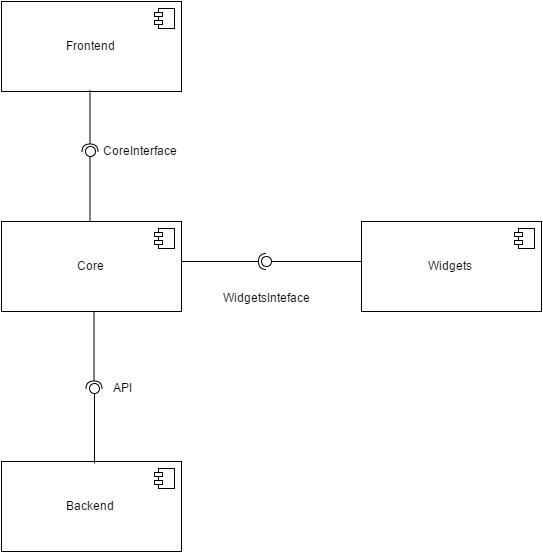
dashbuilder/dashbuilder keeps this draw.io diagram as ESOF-docs/images/views/implementation.png. Above is the earlier version. Source tidied: cells renumbered, new cells last; positions are measured from the earlier drawing's top-left corner, leaving out a move shared by most shapes. Its diagram source:
```xml
<mxGraphModel background="#ffffff">
  <root>
    <mxCell id="0" style="html=1;" />
    <mxCell id="1" style="html=1;" parent="0" />
    <mxCell id="2" value="Frontend" style="html=1;" parent="1" vertex="1">
      <mxGeometry width="180" height="90" as="geometry" />
    </mxCell>
    <mxCell id="3" style="shape=component;jettyWidth=8;jettyHeight=4;" parent="2" vertex="1">
      <mxGeometry x="1" width="20" height="20" relative="1" as="geometry">
        <mxPoint x="-27" y="7" as="offset" />
      </mxGeometry>
    </mxCell>
    <mxCell id="4" value="Core" style="html=1;" parent="1" vertex="1">
      <mxGeometry y="220" width="180" height="90" as="geometry" />
    </mxCell>
    <mxCell id="5" style="shape=component;jettyWidth=8;jettyHeight=4;" parent="4" vertex="1">
      <mxGeometry x="1" width="20" height="20" relative="1" as="geometry">
        <mxPoint x="-27" y="7" as="offset" />
      </mxGeometry>
    </mxCell>
    <mxCell id="6" value="Backend" style="html=1;" parent="1" vertex="1">
      <mxGeometry y="460" width="180" height="90" as="geometry" />
    </mxCell>
    <mxCell id="7" style="shape=component;jettyWidth=8;jettyHeight=4;" parent="6" vertex="1">
      <mxGeometry x="1" width="20" height="20" relative="1" as="geometry">
        <mxPoint x="-27" y="7" as="offset" />
      </mxGeometry>
    </mxCell>
    <mxCell id="8" style="shape=lollipop;direction=south;html=1;rotation=-90;" parent="1" vertex="1">
      <mxGeometry x="51" y="178" width="75" height="10" as="geometry" />
    </mxCell>
    <mxCell id="9" style="shape=requires;direction=north;html=1;rotation=-90;" parent="1" vertex="1">
      <mxGeometry x="55" y="112" width="67" height="20" as="geometry" />
    </mxCell>
    <mxCell id="10" style="shape=lollipop;direction=south;html=1;rotation=-90;" parent="1" vertex="1">
      <mxGeometry x="53" y="417" width="80" height="10" as="geometry" />
    </mxCell>
    <mxCell id="11" style="shape=requires;direction=north;html=1;rotation=-90;" parent="1" vertex="1">
      <mxGeometry x="51" y="341" width="83" height="20" as="geometry" />
    </mxCell>
    <mxCell id="12" value="API" style="text;html=1;align=left;verticalAlign=top;spacingTop=-4;" parent="1" vertex="1">
      <mxGeometry x="110" y="377" width="30" height="20" as="geometry" />
    </mxCell>
    <mxCell id="13" value="CoreInterface" style="text;html=1;align=left;verticalAlign=top;spacingTop=-4;" parent="1" vertex="1">
      <mxGeometry x="100" y="140" width="90" height="20" as="geometry" />
    </mxCell>
    <mxCell id="14" value="Widgets" style="html=1;" parent="1" vertex="1">
      <mxGeometry x="360" y="220" width="180" height="90" as="geometry" />
    </mxCell>
    <mxCell id="15" style="shape=component;jettyWidth=8;jettyHeight=4;" parent="14" vertex="1">
      <mxGeometry x="1" width="20" height="20" relative="1" as="geometry">
        <mxPoint x="-27" y="7" as="offset" />
      </mxGeometry>
    </mxCell>
    <mxCell id="16" style="shape=lollipop;direction=south;html=1;rotation=180;" parent="1" vertex="1">
      <mxGeometry x="260" y="255" width="100" height="10" as="geometry" />
    </mxCell>
    <mxCell id="17" style="shape=requires;direction=north;html=1;rotation=-180;" parent="1" vertex="1">
      <mxGeometry x="180" y="250" width="90" height="20" as="geometry" />
    </mxCell>
    <mxCell id="18" value="WidgetsInteface" style="text;html=1;align=left;verticalAlign=top;spacingTop=-4;" parent="1" vertex="1">
      <mxGeometry x="220" y="287" width="100" height="20" as="geometry" />
    </mxCell>
  </root>
</mxGraphModel>
```
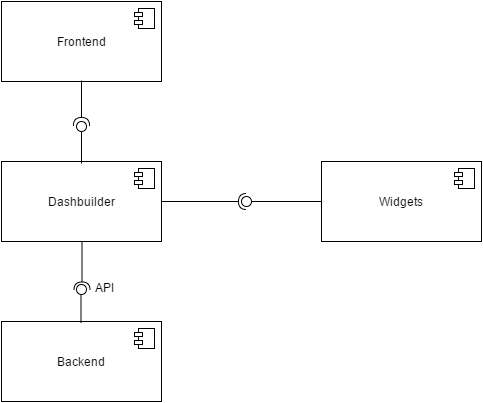
Later version of the same file.

Commit message:
edited implementation view

Diff of the diagram source:
```diff
@@ -3,63 +3,57 @@
     <mxCell id="0" style="html=1;" />
     <mxCell id="1" style="html=1;" parent="0" />
     <mxCell id="2" value="Frontend" style="html=1;" parent="1" vertex="1">
-      <mxGeometry width="180" height="90" as="geometry" />
+      <mxGeometry x="-120" y="420" width="160" height="80" as="geometry" />
     </mxCell>
-    <mxCell id="3" style="shape=component;jettyWidth=8;jettyHeight=4;" parent="2" vertex="1">
-      <mxGeometry x="1" width="20" height="20" relative="1" as="geometry">
-        <mxPoint x="-27" y="7" as="offset" />
-      </mxGeometry>
-    </mxCell>
-    <mxCell id="4" value="Core" style="html=1;" parent="1" vertex="1">
-      <mxGeometry y="220" width="180" height="90" as="geometry" />
-    </mxCell>
-    <mxCell id="5" style="shape=component;jettyWidth=8;jettyHeight=4;" parent="4" vertex="1">
-      <mxGeometry x="1" width="20" height="20" relative="1" as="geometry">
-        <mxPoint x="-27" y="7" as="offset" />
-      </mxGeometry>
-    </mxCell>
+    <mxCell id="19" style="shape=component;jettyWidth=8;jettyHeight=4;" parent="2" vertex="1">
+      <mxGeometry x="1" width="20" height="20" relative="1" as="geometry">
+        <mxPoint x="-27" y="7" as="offset" />
+      </mxGeometry>
+    </mxCell>
+    <mxCell id="20" value="Dashbuilder" style="html=1;direction=west;" parent="1" vertex="1">
+      <mxGeometry x="-120" y="580" width="160" height="80" as="geometry" />
+    </mxCell>
+    <mxCell id="21" style="shape=component;jettyWidth=8;jettyHeight=4;" parent="20" vertex="1">
+      <mxGeometry x="1" width="20" height="20" relative="1" as="geometry">
+        <mxPoint x="-27" y="7" as="offset" />
+      </mxGeometry>
+    </mxCell>
     <mxCell id="6" value="Backend" style="html=1;" parent="1" vertex="1">
-      <mxGeometry y="460" width="180" height="90" as="geometry" />
+      <mxGeometry x="-120" y="740" width="160" height="80" as="geometry" />
     </mxCell>
-    <mxCell id="7" style="shape=component;jettyWidth=8;jettyHeight=4;" parent="6" vertex="1">
-      <mxGeometry x="1" width="20" height="20" relative="1" as="geometry">
-        <mxPoint x="-27" y="7" as="offset" />
-      </mxGeometry>
-    </mxCell>
-    <mxCell id="8" style="shape=lollipop;direction=south;html=1;rotation=-90;" parent="1" vertex="1">
-      <mxGeometry x="51" y="178" width="75" height="10" as="geometry" />
-    </mxCell>
-    <mxCell id="9" style="shape=requires;direction=north;html=1;rotation=-90;" parent="1" vertex="1">
-      <mxGeometry x="55" y="112" width="67" height="20" as="geometry" />
-    </mxCell>
-    <mxCell id="10" style="shape=lollipop;direction=south;html=1;rotation=-90;" parent="1" vertex="1">
-      <mxGeometry x="53" y="417" width="80" height="10" as="geometry" />
-    </mxCell>
-    <mxCell id="11" style="shape=requires;direction=north;html=1;rotation=-90;" parent="1" vertex="1">
-      <mxGeometry x="51" y="341" width="83" height="20" as="geometry" />
-    </mxCell>
+    <mxCell id="22" style="shape=component;jettyWidth=8;jettyHeight=4;" parent="6" vertex="1">
+      <mxGeometry x="1" width="20" height="20" relative="1" as="geometry">
+        <mxPoint x="-27" y="7" as="offset" />
+      </mxGeometry>
+    </mxCell>
+    <mxCell id="23" style="shape=lollipop;direction=south;html=1;rotation=-90;" parent="1" vertex="1">
+      <mxGeometry x="-60" y="717" width="39" height="10" as="geometry" />
+    </mxCell>
+    <mxCell id="24" style="shape=requires;direction=north;html=1;rotation=-90;" parent="1" vertex="1">
+      <mxGeometry x="-65" y="514" width="50" height="20" as="geometry" />
+    </mxCell>
+    <mxCell id="25" style="shape=lollipop;direction=south;html=1;rotation=-90;" parent="1" vertex="1">
+      <mxGeometry x="-61" y="556" width="42" height="10" as="geometry" />
+    </mxCell>
+    <mxCell id="26" style="shape=requires;direction=north;html=1;rotation=-90;" parent="1" vertex="1">
+      <mxGeometry x="-66" y="677" width="53" height="20" as="geometry" />
+    </mxCell>
     <mxCell id="12" value="API" style="text;html=1;align=left;verticalAlign=top;spacingTop=-4;" parent="1" vertex="1">
-      <mxGeometry x="110" y="377" width="30" height="20" as="geometry" />
+      <mxGeometry x="-28" y="697" width="30" height="20" as="geometry" />
     </mxCell>
-    <mxCell id="13" value="CoreInterface" style="text;html=1;align=left;verticalAlign=top;spacingTop=-4;" parent="1" vertex="1">
-      <mxGeometry x="100" y="140" width="90" height="20" as="geometry" />
-    </mxCell>
+    <mxCell id="27" style="shape=lollipop;direction=south;html=1;rotation=-180;" parent="1" vertex="1">
+      <mxGeometry x="120" y="615" width="80" height="10" as="geometry" />
+    </mxCell>
+    <mxCell id="28" style="shape=requires;direction=north;html=1;rotation=180;" parent="1" vertex="1">
+      <mxGeometry x="40" y="610" width="90" height="20" as="geometry" />
+    </mxCell>
     <mxCell id="14" value="Widgets" style="html=1;" parent="1" vertex="1">
-      <mxGeometry x="360" y="220" width="180" height="90" as="geometry" />
+      <mxGeometry x="200" y="580" width="160" height="80" as="geometry" />
     </mxCell>
-    <mxCell id="15" style="shape=component;jettyWidth=8;jettyHeight=4;" parent="14" vertex="1">
-      <mxGeometry x="1" width="20" height="20" relative="1" as="geometry">
-        <mxPoint x="-27" y="7" as="offset" />
-      </mxGeometry>
-    </mxCell>
-    <mxCell id="16" style="shape=lollipop;direction=south;html=1;rotation=180;" parent="1" vertex="1">
-      <mxGeometry x="260" y="255" width="100" height="10" as="geometry" />
-    </mxCell>
-    <mxCell id="17" style="shape=requires;direction=north;html=1;rotation=-180;" parent="1" vertex="1">
-      <mxGeometry x="180" y="250" width="90" height="20" as="geometry" />
-    </mxCell>
-    <mxCell id="18" value="WidgetsInteface" style="text;html=1;align=left;verticalAlign=top;spacingTop=-4;" parent="1" vertex="1">
-      <mxGeometry x="220" y="287" width="100" height="20" as="geometry" />
-    </mxCell>
+    <mxCell id="29" style="shape=component;jettyWidth=8;jettyHeight=4;" parent="14" vertex="1">
+      <mxGeometry x="1" width="20" height="20" relative="1" as="geometry">
+        <mxPoint x="-27" y="7" as="offset" />
+      </mxGeometry>
+    </mxCell>
   </root>
 </mxGraphModel>
```
